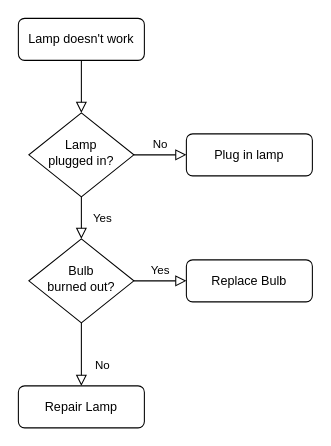
donghanxiaoyao/ClownFish.net keeps this draw.io diagram as Untitled Diagram.drawio. Above is the earlier version. Source tidied: cells renumbered, new cells numbered last; positions are measured from the earlier drawing's top-left corner, leaving out a move shared by most shapes. Both pictures are drawn from the tidied source at 105%, with x=0, y=0 at pixel (18, 18).
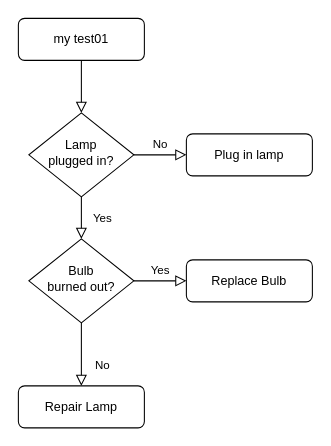
The same diagram, later.

The edit, as a diff of the source:
```diff
@@
 <mxGraphModel>
   <root>
     <mxCell id="0" />
     <mxCell id="1" parent="0" />
     <mxCell id="2" style="rounded=0;html=1;jettySize=auto;fontSize=11;endArrow=block;endFill=0;endSize=8;strokeWidth=1;shadow=0;labelBackgroundColor=none;edgeStyle=orthogonalEdgeStyle;" parent="1" edge="1" source="3" target="6">
       <mxGeometry relative="1" as="geometry" />
     </mxCell>
-    <mxCell id="3" value="Lamp doesn't work" style="rounded=1;whiteSpace=wrap;html=1;fontSize=12;glass=0;strokeWidth=1;shadow=0;" parent="1" vertex="1">
+    <mxCell id="3" value="my test01" style="rounded=1;whiteSpace=wrap;html=1;fontSize=12;glass=0;strokeWidth=1;shadow=0;" parent="1" vertex="1">
       <mxGeometry width="120" height="40" as="geometry" />
     </mxCell>
     <mxCell id="4" value="Yes" style="rounded=0;html=1;jettySize=auto;fontSize=11;endArrow=block;endFill=0;endSize=8;strokeWidth=1;shadow=0;labelBackgroundColor=none;edgeStyle=orthogonalEdgeStyle;" parent="1" edge="1" source="6" target="10">
       <mxGeometry y="20" relative="1" as="geometry" />
     </mxCell>
     <mxCell id="5" value="No" style="edgeStyle=orthogonalEdgeStyle;rounded=0;html=1;jettySize=auto;fontSize=11;endArrow=block;endFill=0;endSize=8;strokeWidth=1;shadow=0;labelBackgroundColor=none;" parent="1" edge="1" source="6" target="7">
       <mxGeometry y="10" relative="1" as="geometry" />
     </mxCell>
     <mxCell id="6" value="Lamp&lt;br&gt;plugged in?" style="rhombus;whiteSpace=wrap;html=1;shadow=0;fontFamily=Helvetica;fontSize=12;align=center;strokeWidth=1;spacing=6;spacingTop=-4;" parent="1" vertex="1">
       <mxGeometry x="10" y="90" width="100" height="80" as="geometry" />
     </mxCell>
     <mxCell id="7" value="Plug in lamp" style="rounded=1;whiteSpace=wrap;html=1;fontSize=12;glass=0;strokeWidth=1;shadow=0;" parent="1" vertex="1">
       <mxGeometry x="160" y="110" width="120" height="40" as="geometry" />
     </mxCell>
     <mxCell id="8" value="No" style="rounded=0;html=1;jettySize=auto;fontSize=11;endArrow=block;endFill=0;endSize=8;strokeWidth=1;shadow=0;labelBackgroundColor=none;edgeStyle=orthogonalEdgeStyle;" parent="1" edge="1" source="10" target="11">
       <mxGeometry x="0.33" y="20" relative="1" as="geometry" />
     </mxCell>
     <mxCell id="9" value="Yes" style="edgeStyle=orthogonalEdgeStyle;rounded=0;html=1;jettySize=auto;fontSize=11;endArrow=block;endFill=0;endSize=8;strokeWidth=1;shadow=0;labelBackgroundColor=none;" parent="1" edge="1" source="10" target="12">
       <mxGeometry y="10" relative="1" as="geometry" />
     </mxCell>
     <mxCell id="10" value="Bulb&lt;br&gt;burned out?" style="rhombus;whiteSpace=wrap;html=1;shadow=0;fontFamily=Helvetica;fontSize=12;align=center;strokeWidth=1;spacing=6;spacingTop=-4;" parent="1" vertex="1">
       <mxGeometry x="10" y="210" width="100" height="80" as="geometry" />
     </mxCell>
     <mxCell id="11" value="Repair Lamp" style="rounded=1;whiteSpace=wrap;html=1;fontSize=12;glass=0;strokeWidth=1;shadow=0;" parent="1" vertex="1">
       <mxGeometry y="350" width="120" height="40" as="geometry" />
     </mxCell>
     <mxCell id="12" value="Replace Bulb" style="rounded=1;whiteSpace=wrap;html=1;fontSize=12;glass=0;strokeWidth=1;shadow=0;" parent="1" vertex="1">
       <mxGeometry x="160" y="230" width="120" height="40" as="geometry" />
     </mxCell>
   </root>
 </mxGraphModel>
```
